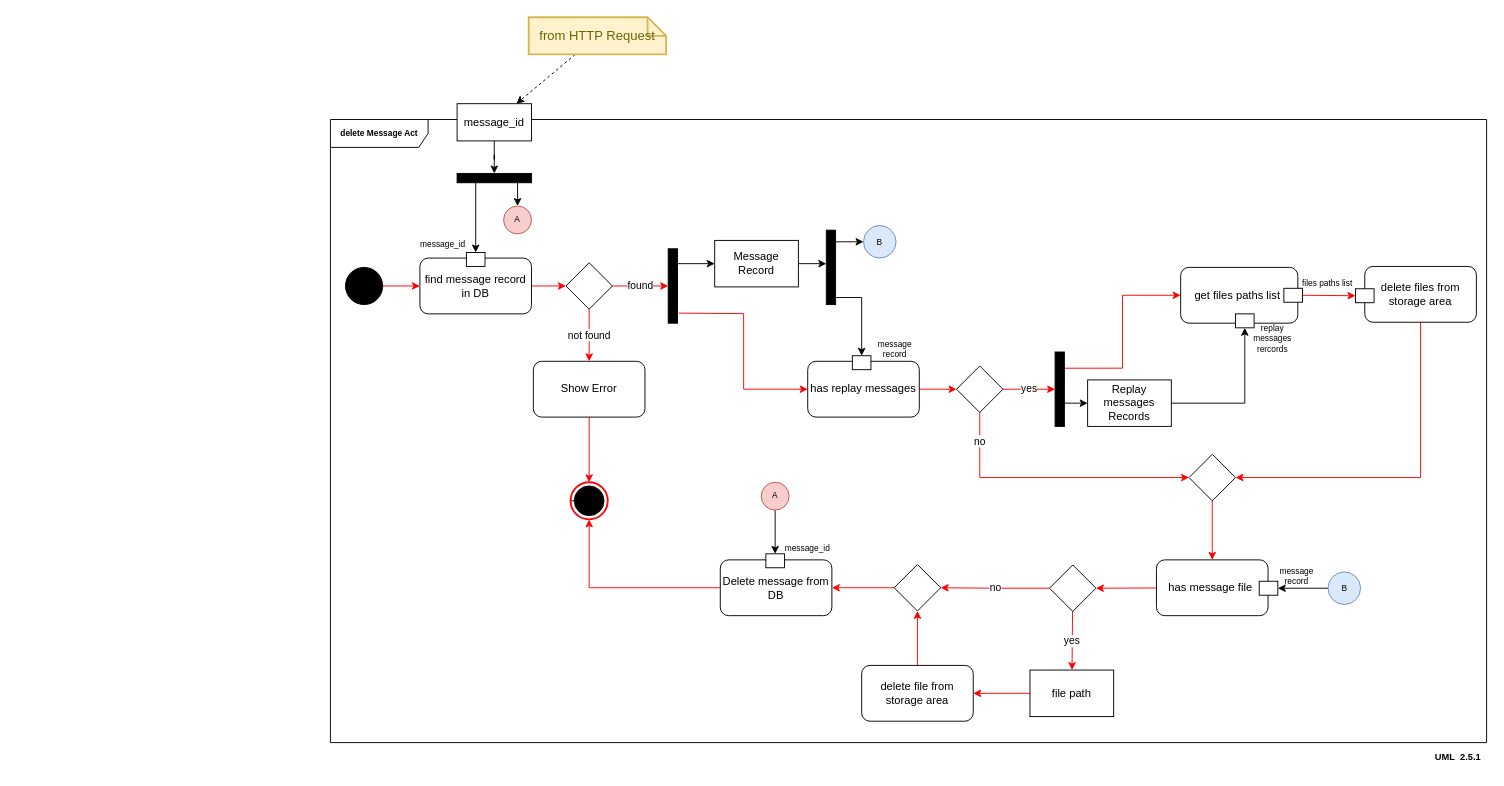
The draw.io diagram page "delete message act" (4 of 5) of requirements/diagrams/digrams.drawio in khaledfathi/laravel_task, before the edit. Source tidied: cells renumbered, new cells numbered last; positions are measured from the earlier drawing's top-left corner, leaving out a move shared by most shapes. Both pictures are drawn from the tidied source at 93%, with x=0, y=0 at pixel (330, 17).
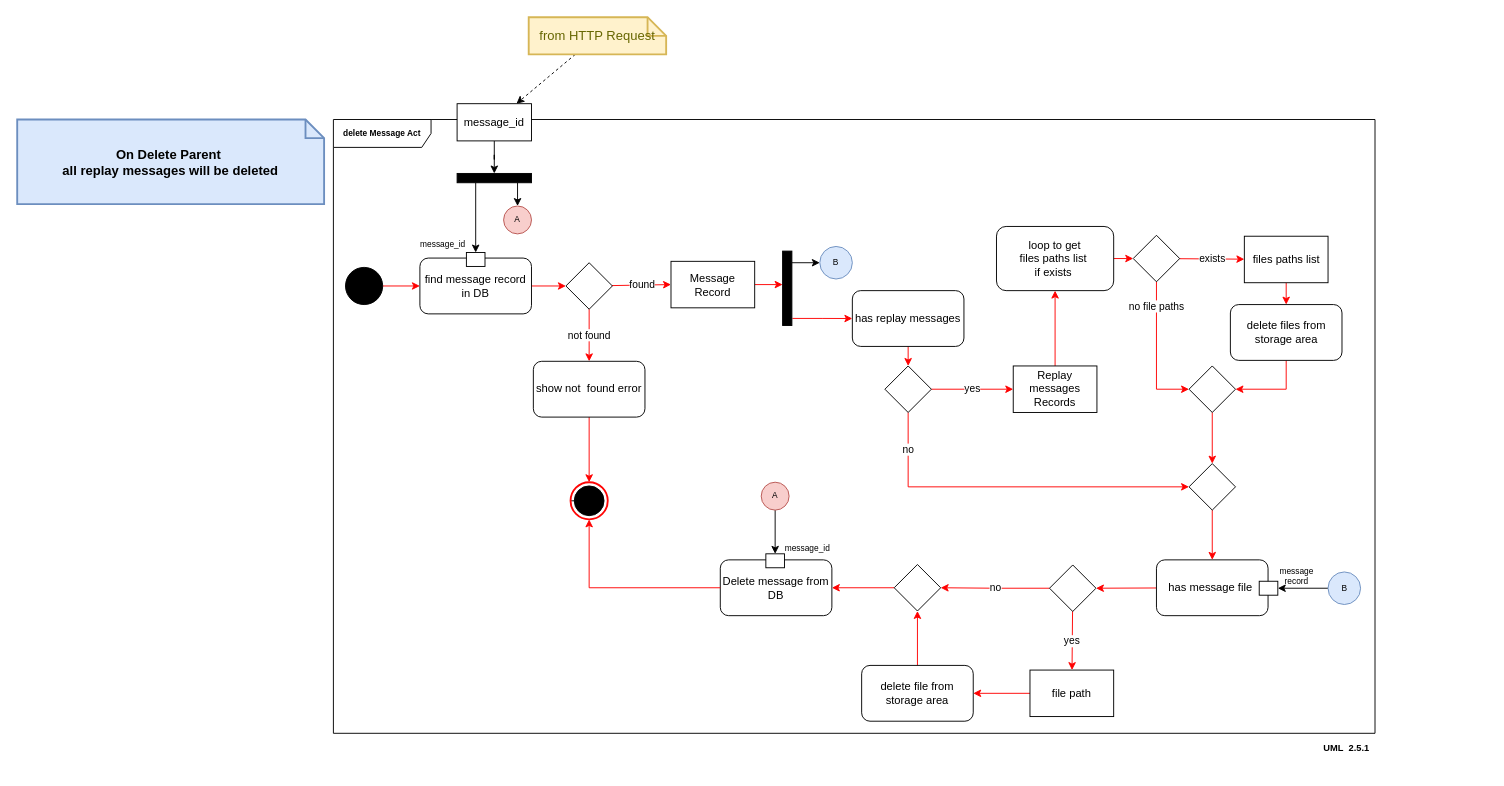
Above is the later version.

The change refers to these unchanged cells:
```xml
<mxCell id="15" style="rhombus;whiteSpace=wrap;html=1;strokeColor=#000000;strokeWidth=1;fillColor=none;" parent="1" vertex="1">
  <mxGeometry x="253" y="264" width="50" height="50" as="geometry" />
</mxCell>
```

What changed in the source:
```diff
@@
     <mxCell id="2" value="delete Message Act" style="shape=umlFrame;whiteSpace=wrap;html=1;fontSize=9;width=105;height=30;fontStyle=1;strokeColor=#000000;" parent="1" vertex="1">
-      <mxGeometry x="-0.2" y="110" width="1243.2" height="670" as="geometry" />
+      <mxGeometry x="3" y="110" width="1120" height="660" as="geometry" />
     </mxCell>
@@
     <mxCell id="12" value="has replay messages" style="rounded=1;whiteSpace=wrap;html=1;" parent="1" vertex="1">
-      <mxGeometry x="513" y="370" width="120" height="60" as="geometry" />
+      <mxGeometry x="561" y="294" width="120" height="60" as="geometry" />
     </mxCell>
-    <mxCell id="13" value="found" style="rounded=0;jettySize=auto;html=1;strokeColor=#FF0000;" parent="1" edge="1" source="15">
-      <mxGeometry relative="1" as="geometry">
-        <mxPoint x="363" y="289" as="targetPoint" />
-      </mxGeometry>
+    <mxCell id="13" value="found" style="rounded=0;jettySize=auto;html=1;strokeColor=#FF0000;entryX=0;entryY=0.5;entryDx=0;entryDy=0;" parent="1" edge="1" source="15" target="27">
+      <mxGeometry relative="1" as="geometry" />
     </mxCell>
@@
-    <mxCell id="17" value="Show Error" style="rounded=1;whiteSpace=wrap;html=1;" parent="1" vertex="1">
+    <mxCell id="17" value="show not&amp;nbsp; found error" style="rounded=1;whiteSpace=wrap;html=1;" parent="1" vertex="1">
       <mxGeometry x="218" y="370" width="120" height="60" as="geometry" />
     </mxCell>
@@
-    <mxCell id="26" style="edgeStyle=none;rounded=0;jettySize=auto;html=1;" parent="1" edge="1" source="27" target="33">
+    <mxCell id="26" style="edgeStyle=none;rounded=0;jettySize=auto;html=1;strokeColor=#FF0000;" parent="1" edge="1" source="27" target="33">
       <mxGeometry relative="1" as="geometry" />
     </mxCell>
     <mxCell id="27" value="Message Record" style="rounded=0;whiteSpace=wrap;html=1;" parent="1" vertex="1">
-      <mxGeometry x="413" y="240" width="90" height="50" as="geometry" />
+      <mxGeometry x="366" y="262.5" width="90" height="50" as="geometry" />
     </mxCell>
-    <mxCell id="28" style="edgeStyle=none;rounded=0;jettySize=auto;html=1;entryX=0;entryY=0.5;entryDx=0;entryDy=0;" parent="1" edge="1" target="27">
-      <mxGeometry relative="1" as="geometry">
-        <mxPoint x="373" y="265" as="sourcePoint" />
-      </mxGeometry>
-    </mxCell>
-    <mxCell id="29" style="edgeStyle=orthogonalEdgeStyle;rounded=0;jettySize=auto;html=1;entryX=0;entryY=0.5;entryDx=0;entryDy=0;exitX=-0.122;exitY=0.135;exitDx=0;exitDy=0;exitPerimeter=0;strokeColor=#FF0000;" parent="1" edge="1" target="12">
-      <mxGeometry relative="1" as="geometry">
-        <mxPoint x="374.2" y="318.2" as="sourcePoint" />
-      </mxGeometry>
-    </mxCell>
-    <mxCell id="30" style="html=1;perimeter=orthogonalPerimeter;fontSize=9;fillColor=#000000;rotation=-180;" parent="1" vertex="1">
-      <mxGeometry x="363" y="249" width="10" height="80" as="geometry" />
-    </mxCell>
@@
-    <mxCell id="32" style="edgeStyle=orthogonalEdgeStyle;rounded=0;jettySize=auto;html=1;entryX=0.5;entryY=0;entryDx=0;entryDy=0;exitX=-0.056;exitY=0.095;exitDx=0;exitDy=0;exitPerimeter=0;" parent="1" edge="1" source="33" target="35">
+    <mxCell id="32" style="edgeStyle=orthogonalEdgeStyle;rounded=0;jettySize=auto;html=1;exitX=-0.056;exitY=0.095;exitDx=0;exitDy=0;exitPerimeter=0;strokeColor=#FF0000;" parent="1" edge="1" source="33" target="12">
       <mxGeometry relative="1" as="geometry" />
     </mxCell>
     <mxCell id="33" style="html=1;points=[];perimeter=orthogonalPerimeter;fontSize=9;fillColor=#000000;rotation=-180;" parent="1" vertex="1">
-      <mxGeometry x="533" y="229" width="10" height="80" as="geometry" />
+      <mxGeometry x="486" y="251.5" width="10" height="80" as="geometry" />
     </mxCell>
     <mxCell id="34" value="B" style="ellipse;whiteSpace=wrap;html=1;fontSize=9;fillColor=#dae8fc;strokeColor=#6c8ebf;" parent="1" vertex="1">
-      <mxGeometry x="573" y="224" width="35" height="35" as="geometry" />
+      <mxGeometry x="526" y="246.5" width="35" height="35" as="geometry" />
     </mxCell>
-    <mxCell id="35" style="rounded=0;whiteSpace=wrap;html=1;" parent="1" vertex="1">
-      <mxGeometry x="561" y="364" width="20" height="15" as="geometry" />
-    </mxCell>
-    <mxCell id="36" value="message record" style="text;html=1;strokeColor=none;fillColor=none;align=center;verticalAlign=middle;whiteSpace=wrap;rounded=0;fontSize=9;" parent="1" vertex="1">
-      <mxGeometry x="577" y="352" width="60" height="10" as="geometry" />
-    </mxCell>
@@
-    <mxCell id="38" value="yes" style="edgeStyle=none;rounded=0;jettySize=auto;html=1;strokeColor=#FF0000;" parent="1" edge="1" source="39" target="51">
+    <mxCell id="38" value="yes" style="edgeStyle=none;rounded=0;jettySize=auto;html=1;strokeColor=#FF0000;entryX=0;entryY=0.5;entryDx=0;entryDy=0;" parent="1" edge="1" source="39" target="52">
       <mxGeometry relative="1" as="geometry" />
     </mxCell>
     <mxCell id="39" style="rhombus;whiteSpace=wrap;html=1;strokeColor=#000000;strokeWidth=1;fillColor=none;" parent="1" vertex="1">
-      <mxGeometry x="673" y="375" width="50" height="50" as="geometry" />
+      <mxGeometry x="596" y="375" width="50" height="50" as="geometry" />
     </mxCell>
-    <mxCell id="40" style="edgeStyle=none;rounded=0;jettySize=auto;html=1;exitX=1;exitY=0.5;exitDx=0;exitDy=0;entryX=0;entryY=0.5;entryDx=0;entryDy=0;strokeColor=#FF0000;" parent="1" edge="1" source="44" target="45">
-      <mxGeometry relative="1" as="geometry" />
-    </mxCell>
+    <mxCell id="80" style="edgeStyle=none;rounded=0;jettySize=auto;html=1;strokeColor=#FF0000;" parent="1" edge="1" source="41" target="84">
+      <mxGeometry relative="1" as="geometry" />
+    </mxCell>
-    <mxCell id="41" value="get files paths list&amp;nbsp;" style="rounded=1;whiteSpace=wrap;html=1;" parent="1" vertex="1">
-      <mxGeometry x="914" y="269" width="126" height="60" as="geometry" />
+    <mxCell id="41" value="loop to get &lt;br&gt;files paths list&amp;nbsp;&lt;br&gt;if exists&amp;nbsp;" style="rounded=1;whiteSpace=wrap;html=1;" parent="1" vertex="1">
+      <mxGeometry x="716" y="225" width="126" height="69" as="geometry" />
     </mxCell>
-    <mxCell id="42" style="edgeStyle=orthogonalEdgeStyle;rounded=0;jettySize=auto;html=1;entryX=1;entryY=0.5;entryDx=0;entryDy=0;strokeColor=#FF0000;exitX=0.5;exitY=1;exitDx=0;exitDy=0;" parent="1" edge="1" source="43" target="48">
+    <mxCell id="42" style="edgeStyle=orthogonalEdgeStyle;rounded=0;jettySize=auto;html=1;entryX=0.5;entryY=0;entryDx=0;entryDy=0;strokeColor=#FF0000;exitX=0.5;exitY=1;exitDx=0;exitDy=0;" parent="1" edge="1" source="86" target="48">
       <mxGeometry relative="1" as="geometry" />
     </mxCell>
-    <mxCell id="43" value="delete files from storage area" style="rounded=1;whiteSpace=wrap;html=1;" parent="1" vertex="1">
-      <mxGeometry x="1112" y="268" width="120" height="60" as="geometry" />
-    </mxCell>
-    <mxCell id="44" style="rounded=0;whiteSpace=wrap;html=1;" parent="1" vertex="1">
-      <mxGeometry x="1025" y="291.5" width="20" height="15" as="geometry" />
-    </mxCell>
-    <mxCell id="45" style="rounded=0;whiteSpace=wrap;html=1;" parent="1" vertex="1">
-      <mxGeometry x="1102" y="292" width="20" height="15" as="geometry" />
-    </mxCell>
-    <mxCell id="46" value="files paths list" style="text;html=1;strokeColor=none;fillColor=none;align=center;verticalAlign=middle;whiteSpace=wrap;rounded=0;fontSize=9;" parent="1" vertex="1">
-      <mxGeometry x="1042" y="282" width="60" height="10" as="geometry" />
-    </mxCell>
@@
     <mxCell id="48" style="rhombus;whiteSpace=wrap;html=1;strokeColor=#000000;strokeWidth=1;fillColor=none;" parent="1" vertex="1">
-      <mxGeometry x="923" y="470" width="50" height="50" as="geometry" />
+      <mxGeometry x="923" y="480" width="50" height="50" as="geometry" />
     </mxCell>
-    <mxCell id="49" style="edgeStyle=none;rounded=0;jettySize=auto;html=1;entryX=0;entryY=0.5;entryDx=0;entryDy=0;" parent="1" edge="1" source="51" target="52">
-      <mxGeometry relative="1" as="geometry" />
-    </mxCell>
-    <mxCell id="50" style="edgeStyle=orthogonalEdgeStyle;rounded=0;jettySize=auto;html=1;entryX=0;entryY=0.5;entryDx=0;entryDy=0;exitX=0.029;exitY=0.782;exitDx=0;exitDy=0;exitPerimeter=0;strokeColor=#FF0000;" parent="1" edge="1" source="51" target="41">
+    <mxCell id="50" style="edgeStyle=orthogonalEdgeStyle;rounded=0;jettySize=auto;html=1;entryX=0.5;entryY=1;entryDx=0;entryDy=0;strokeColor=#FF0000;exitX=0.5;exitY=0;exitDx=0;exitDy=0;" parent="1" edge="1" source="52" target="41">
       <mxGeometry relative="1" as="geometry" />
     </mxCell>
-    <mxCell id="51" style="html=1;points=[];perimeter=orthogonalPerimeter;fontSize=9;fillColor=#000000;rotation=-180;" parent="1" vertex="1">
-      <mxGeometry x="779" y="360" width="10" height="80" as="geometry" />
-    </mxCell>
     <mxCell id="52" value="Replay messages Records" style="rounded=0;whiteSpace=wrap;html=1;" parent="1" vertex="1">
-      <mxGeometry x="814" y="390" width="90" height="50" as="geometry" />
+      <mxGeometry x="734" y="375" width="90" height="50" as="geometry" />
     </mxCell>
-    <mxCell id="53" style="rounded=0;whiteSpace=wrap;html=1;" parent="1" vertex="1">
-      <mxGeometry x="973" y="319" width="20" height="15" as="geometry" />
-    </mxCell>
-    <mxCell id="54" value="replay messages rercords" style="text;html=1;strokeColor=none;fillColor=none;align=center;verticalAlign=middle;whiteSpace=wrap;rounded=0;fontSize=9;" parent="1" vertex="1">
-      <mxGeometry x="983" y="341" width="60" height="10" as="geometry" />
-    </mxCell>
-    <mxCell id="55" style="edgeStyle=orthogonalEdgeStyle;rounded=0;jettySize=auto;html=1;strokeColor=#000000;exitX=1;exitY=0.5;exitDx=0;exitDy=0;" parent="1" edge="1" source="52" target="53">
-      <mxGeometry relative="1" as="geometry" />
-    </mxCell>
@@
     <mxCell id="75" value="UML&amp;nbsp; 2.5.1" style="text;html=1;strokeColor=none;fillColor=none;align=center;verticalAlign=middle;whiteSpace=wrap;rounded=0;fontSize=10;fontStyle=1;" parent="1" vertex="1">
-      <mxGeometry x="1182" y="780" width="61" height="30" as="geometry" />
+      <mxGeometry x="1062" y="770" width="61" height="30" as="geometry" />
     </mxCell>
@@
+    <mxCell id="81" style="edgeStyle=orthogonalEdgeStyle;rounded=0;jettySize=auto;html=1;entryX=1;entryY=0.5;entryDx=0;entryDy=0;exitX=0.5;exitY=1;exitDx=0;exitDy=0;strokeColor=#FF0000;" parent="1" edge="1" source="43" target="86">
+      <mxGeometry relative="1" as="geometry" />
+    </mxCell>
+    <mxCell id="43" value="delete files from storage area" style="rounded=1;whiteSpace=wrap;html=1;" parent="1" vertex="1">
+      <mxGeometry x="967.5" y="309" width="120" height="60" as="geometry" />
+    </mxCell>
+    <mxCell id="82" value="exists" style="edgeStyle=none;rounded=0;jettySize=auto;html=1;strokeColor=#FF0000;" parent="1" edge="1" source="84" target="46">
+      <mxGeometry relative="1" as="geometry" />
+    </mxCell>
+    <mxCell id="83" value="no file paths" style="edgeStyle=orthogonalEdgeStyle;rounded=0;jettySize=auto;html=1;entryX=0;entryY=0.5;entryDx=0;entryDy=0;exitX=0.5;exitY=1;exitDx=0;exitDy=0;strokeColor=#FF0000;" parent="1" edge="1" source="84" target="86">
+      <mxGeometry x="-0.65" relative="1" as="geometry" />
+    </mxCell>
+    <mxCell id="84" style="rhombus;whiteSpace=wrap;html=1;strokeColor=#000000;strokeWidth=1;fillColor=none;" parent="1" vertex="1">
+      <mxGeometry x="863" y="234.5" width="50" height="50" as="geometry" />
+    </mxCell>
+    <mxCell id="85" style="edgeStyle=none;rounded=0;jettySize=auto;html=1;strokeColor=#FF0000;entryX=0.5;entryY=0;entryDx=0;entryDy=0;" parent="1" edge="1" source="46" target="43">
+      <mxGeometry relative="1" as="geometry" />
+    </mxCell>
+    <mxCell id="46" value="files paths list" style="rounded=0;whiteSpace=wrap;html=1;" parent="1" vertex="1">
+      <mxGeometry x="982.5" y="235.5" width="90" height="50" as="geometry" />
+    </mxCell>
+    <mxCell id="86" style="rhombus;whiteSpace=wrap;html=1;strokeColor=#000000;strokeWidth=1;fillColor=none;" parent="1" vertex="1">
+      <mxGeometry x="923" y="375" width="50" height="50" as="geometry" />
+    </mxCell>
+    <mxCell id="87" value="&lt;b&gt;On Delete Parent&amp;nbsp; &lt;br&gt;&amp;nbsp;all replay messages will be deleted&amp;nbsp;&lt;br&gt;&lt;/b&gt;" style="shape=note;strokeWidth=2;fontSize=14;size=20;whiteSpace=wrap;html=1;fillColor=#dae8fc;strokeColor=#6c8ebf;" parent="1" vertex="1">
+      <mxGeometry x="-337" y="110" width="330" height="91" as="geometry" />
+    </mxCell>
```
